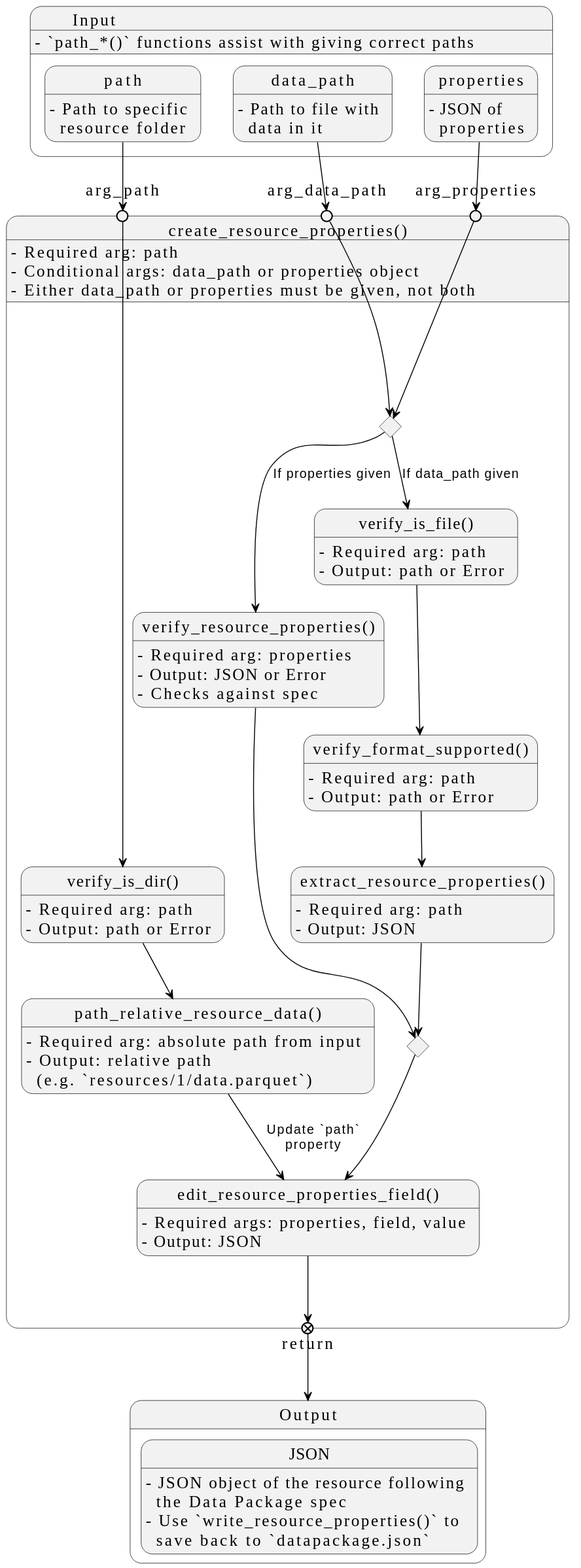
Before: docs/design/images/core-python-functions/create-resource-properties.svg, a diagram exported from PlantUML (signekb/seedcase-sprout).
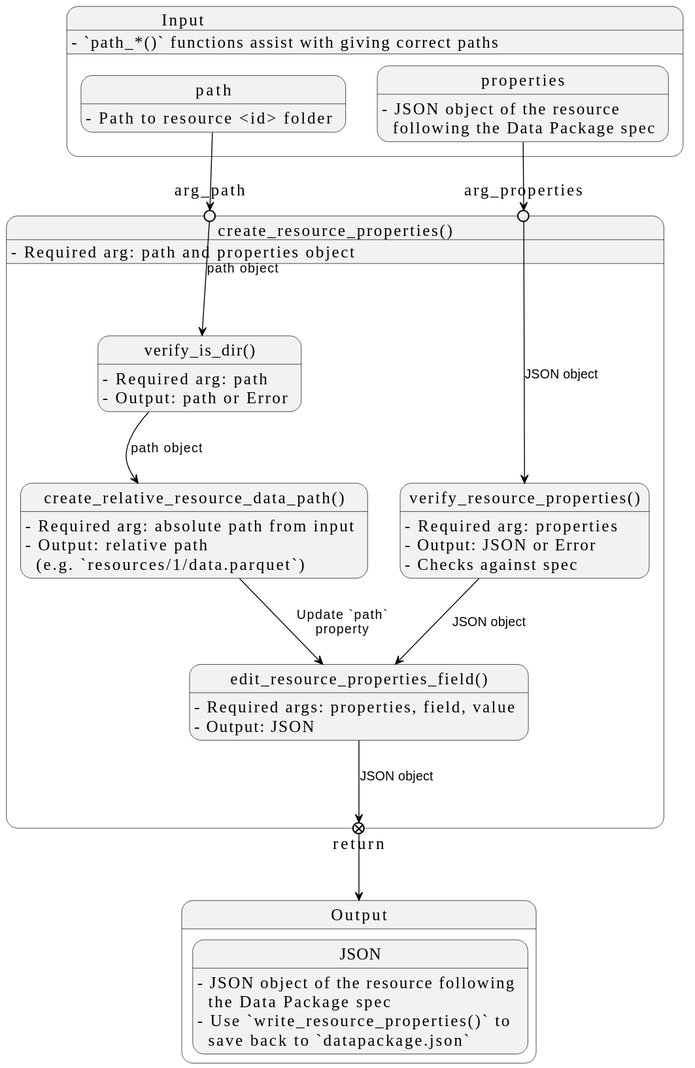
Later version of the same file.

Commit message:
docs: 📝 update `create-resource-properties` diagram (#598)

## Description

Closes #595

## Reviewer Focus

<!-- Select quick/in-depth as necessary -->
This PR needs an in-depth review. I have lost the overview a little bit,
so - especially @lwjohnst86 - needs to review this in-depth :)

## Checklist

- [X] Updated documentation

---------

Diff of the diagram source:
```diff
@@ -3,11 +3,8 @@
 
 state "Input" as input {
   input : - `path_*()` functions assist with giving correct paths
-  path : - Path to specific\n  resource folder
-  data_path : - Path to file with\n  data in it
-  properties : - JSON of\n  properties
-  path -[hidden]> data_path
-  data_path -[hidden]> properties
+  path : - Path to resource <id> folder
+  properties: - JSON object of the resource\n  following the Data Package spec
 }
 
 state "Output" as output {
@@ -17,66 +14,38 @@
 }
 
 state "create_resource_properties()" as crp {
-  crp : - Required arg: path
-  crp : - Conditional args: data_path or properties object
-  crp : - Either data_path or properties must be given, not both
+  crp : - Required arg: path and properties object
 
   state arg_path <<entryPoint>>
-  state arg_data_path <<entryPoint>>
   state arg_properties <<entryPoint>>
 
   path --> arg_path
-  data_path --> arg_data_path
   properties --> arg_properties
 
   state "verify_is_dir()" as vid
   vid : - Required arg: path
   vid : - Output: path or Error
-  arg_path --> vid
+  arg_path --> vid : path object
 
-  state "path_relative_resource_data()" as prrd
-  prrd : - Required arg: absolute path from input
-  prrd : - Output: relative path\n  (e.g. `resources/1/data.parquet`)
-  vid --> prrd
-
-  state condition_input <<choice>>
-  arg_properties --> condition_input
+  state "create_relative_resource_data_path()" as crrdp
+  crrdp : - Required arg: absolute path from input
+  crrdp : - Output: relative path\n  (e.g. `resources/1/data.parquet`)
+  vid --> crrdp : path object
 
   state "verify_resource_properties()" as vrp
   vrp : - Required arg: properties
   vrp : - Output: JSON or Error
   vrp : - Checks against spec
-  condition_input --> vrp : If properties given
-
-  arg_data_path --> condition_input
-
-  state "verify_is_file()" as vif
-  vif : - Required arg: path
-  vif : - Output: path or Error
-  condition_input --> vif : If data_path given
-
-  state "verify_format_supported()" as vsf
-  vsf : - Required arg: path
-  vsf : - Output: path or Error
-  vif --> vsf
-
-  state "extract_resource_properties()" as erp
-  erp : - Required arg: path
-  erp : - Output: JSON
-  vsf --> erp
-
-  state condition_output <<choice>>
-  erp --> condition_output
-  vrp --> condition_output
+  arg_properties --> vrp : JSON object
 
   state "edit_resource_properties_field()" as erpf
   erpf : - Required args: properties, field, value
   erpf : - Output: JSON
-  prrd --> erpf : Update `path`\nproperty
-  condition_output --> erpf
+  crrdp --> erpf : Update `path`\nproperty
+  vrp --> erpf : JSON object
 
   state "return" <<exitPoint>>
-  erpf --> return
+  erpf --> return : JSON object
   return --> output
 }
 @enduml
```
